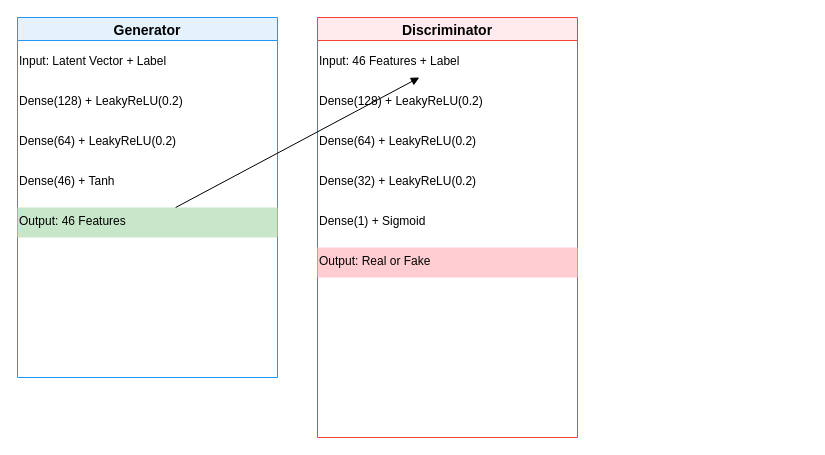
Above: gan_component.drawio in elgenio123/diagrams (draw.io), before the change. Source tidied: cells renumbered, new cells numbered last; positions are measured from the earlier drawing's top-left corner, leaving out a move shared by most shapes. Both pictures are drawn from the tidied source at 100%, with x=0, y=0 at pixel (17, 17).
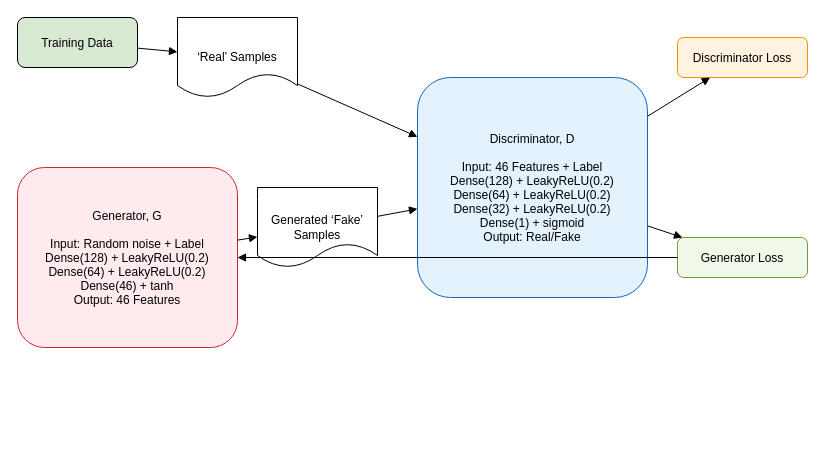
Above is the later version.

The edit, as a diff of the source:
```diff
@@
 <mxGraphModel>
   <root>
     <mxCell id="0" />
     <mxCell id="1" parent="0" />
-    <mxCell id="2" value="Generator" style="swimlane;fillColor=#E3F2FD;strokeColor=#2196F3;fontSize=14;fontStyle=1;" parent="1" vertex="1">
-      <mxGeometry width="260" height="360" as="geometry" />
+    <mxCell id="2" value="Training Data" style="rounded=1;fillColor=#D9EAD3;strokeColor=#000000;" parent="1" vertex="1">
+      <mxGeometry width="120" height="50" as="geometry" />
     </mxCell>
-    <mxCell id="3" value="Input: Latent Vector + Label" style="text;html=1;strokeColor=none;" parent="2" vertex="1">
-      <mxGeometry y="30" width="260" height="30" as="geometry" />
+    <mxCell id="3" value="‘Real’ Samples" style="shape=document;whiteSpace=wrap;fillColor=#FFFFFF;strokeColor=#000000;" parent="1" vertex="1">
+      <mxGeometry x="160" width="120" height="80" as="geometry" />
     </mxCell>
-    <mxCell id="4" value="Dense(128) + LeakyReLU(0.2)" style="text;html=1;" parent="2" vertex="1">
-      <mxGeometry y="70" width="260" height="30" as="geometry" />
+    <mxCell id="4" value="Generator, G&#10;&#10;Input: Random noise + Label&#10;Dense(128) + LeakyReLU(0.2)&#10;Dense(64) + LeakyReLU(0.2)&#10;Dense(46) + tanh&#10;Output: 46 Features" style="rounded=1;fillColor=#FFEBEE;strokeColor=#C62828;fontSize=12;" parent="1" vertex="1">
+      <mxGeometry y="150" width="220" height="180" as="geometry" />
     </mxCell>
-    <mxCell id="5" value="Dense(64) + LeakyReLU(0.2)" style="text;html=1;" parent="2" vertex="1">
-      <mxGeometry y="110" width="260" height="30" as="geometry" />
+    <mxCell id="5" value="Generated ‘Fake’ Samples" style="shape=document;whiteSpace=wrap;fillColor=#FFFFFF;strokeColor=#000000;" parent="1" vertex="1">
+      <mxGeometry x="240" y="170" width="120" height="80" as="geometry" />
     </mxCell>
-    <mxCell id="6" value="Dense(46) + Tanh" style="text;html=1;" parent="2" vertex="1">
-      <mxGeometry y="150" width="260" height="30" as="geometry" />
+    <mxCell id="6" value="Discriminator, D&#10;&#10;Input: 46 Features + Label&#10;Dense(128) + LeakyReLU(0.2)&#10;Dense(64) + LeakyReLU(0.2)&#10;Dense(32) + LeakyReLU(0.2)&#10;Dense(1) + sigmoid&#10;Output: Real/Fake" style="rounded=1;fillColor=#E3F2FD;strokeColor=#1565C0;fontSize=12;" parent="1" vertex="1">
+      <mxGeometry x="400" y="60" width="230" height="220" as="geometry" />
     </mxCell>
-    <mxCell id="7" value="Output: 46 Features" style="text;html=1;fillColor=#C8E6C9;" parent="2" vertex="1">
-      <mxGeometry y="190" width="260" height="30" as="geometry" />
+    <mxCell id="7" style="endArrow=block;" parent="1" edge="1" source="2" target="3">
+      <mxGeometry relative="1" as="geometry" />
     </mxCell>
-    <mxCell id="8" value="Discriminator" style="swimlane;fillColor=#FFEBEE;strokeColor=#F44336;fontSize=14;fontStyle=1;" parent="1" vertex="1">
-      <mxGeometry x="300" width="260" height="420" as="geometry" />
+    <mxCell id="8" style="endArrow=block;" parent="1" edge="1" source="4" target="5">
+      <mxGeometry relative="1" as="geometry" />
     </mxCell>
-    <mxCell id="9" value="Input: 46 Features + Label" style="text;html=1;" parent="8" vertex="1">
-      <mxGeometry y="30" width="260" height="30" as="geometry" />
+    <mxCell id="9" style="endArrow=block;" parent="1" edge="1" source="3" target="6">
+      <mxGeometry relative="1" as="geometry" />
     </mxCell>
-    <mxCell id="10" value="Dense(128) + LeakyReLU(0.2)" style="text;html=1;" parent="8" vertex="1">
-      <mxGeometry y="70" width="260" height="30" as="geometry" />
+    <mxCell id="10" style="endArrow=block;" parent="1" edge="1" source="5" target="6">
+      <mxGeometry relative="1" as="geometry" />
     </mxCell>
-    <mxCell id="11" value="Dense(64) + LeakyReLU(0.2)" style="text;html=1;" parent="8" vertex="1">
-      <mxGeometry y="110" width="260" height="30" as="geometry" />
+    <mxCell id="11" value="Discriminator Loss" style="rounded=1;fillColor=#FFF3E0;strokeColor=#FB8C00;" parent="1" vertex="1">
+      <mxGeometry x="660" y="20" width="130" height="40" as="geometry" />
     </mxCell>
-    <mxCell id="12" value="Dense(32) + LeakyReLU(0.2)" style="text;html=1;" parent="8" vertex="1">
-      <mxGeometry y="150" width="260" height="30" as="geometry" />
+    <mxCell id="12" value="Generator Loss" style="rounded=1;fillColor=#F1F8E9;strokeColor=#689F38;" parent="1" vertex="1">
+      <mxGeometry x="660" y="220" width="130" height="40" as="geometry" />
     </mxCell>
-    <mxCell id="13" value="Dense(1) + Sigmoid" style="text;html=1;" parent="8" vertex="1">
-      <mxGeometry y="190" width="260" height="30" as="geometry" />
+    <mxCell id="13" style="endArrow=block;" parent="1" edge="1" source="6" target="11">
+      <mxGeometry relative="1" as="geometry" />
     </mxCell>
-    <mxCell id="14" value="Output: Real or Fake" style="text;html=1;fillColor=#FFCDD2;" parent="8" vertex="1">
-      <mxGeometry y="230" width="260" height="30" as="geometry" />
+    <mxCell id="14" style="endArrow=block;" parent="1" edge="1" source="6" target="12">
+      <mxGeometry relative="1" as="geometry" />
     </mxCell>
-    <mxCell id="15" style="endArrow=block;strokeColor=#000000;" parent="1" edge="1" source="7" target="9">
+    <mxCell id="15" style="endArrow=block;" parent="1" edge="1" source="12" target="4">
       <mxGeometry relative="1" as="geometry" />
     </mxCell>
   </root>
 </mxGraphModel>
```
